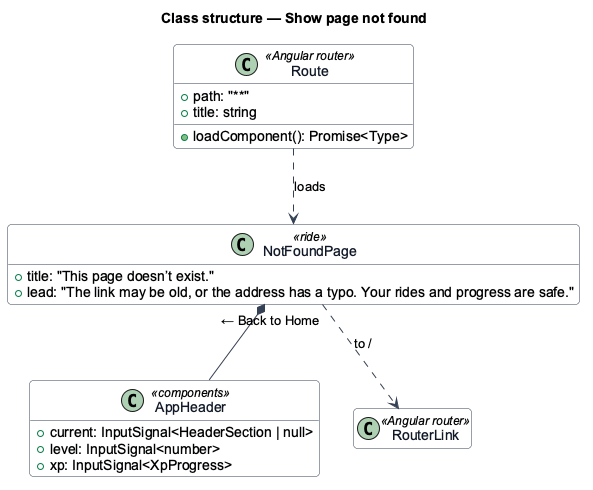
This is docs/detailed-designs/ui/show-page-not-found/diagrams/class-structure.png from QuinntyneBrown/ride-one, a PlantUML export, as it was before one commit.
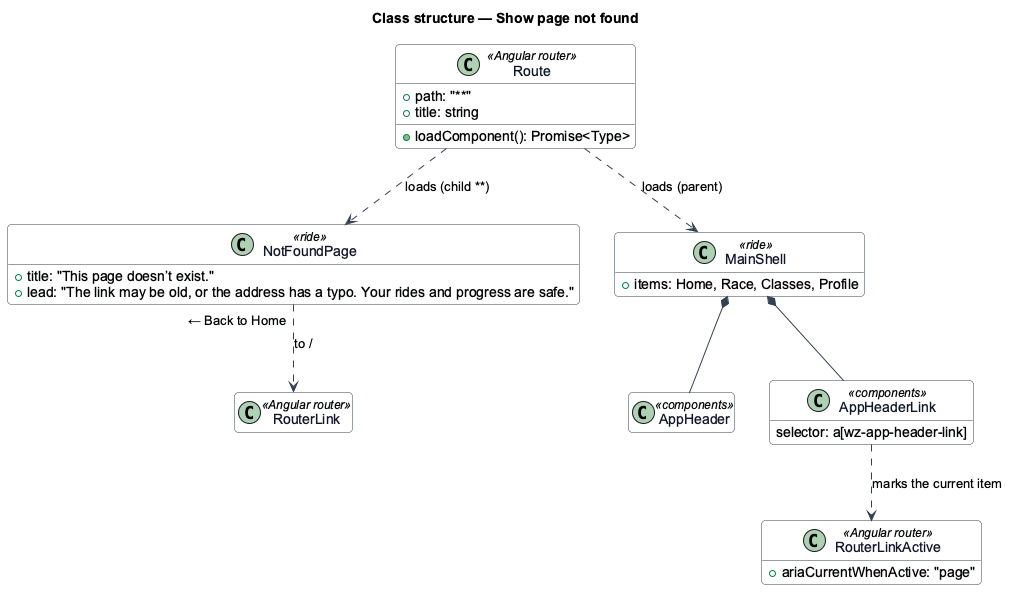
After the change.

Diff of the diagram source:
```diff
@@ -16,10 +16,15 @@
   +title: "This page doesn’t exist."
   +lead: "The link may be old, or the address has a typo. Your rides and progress are safe."
 }
-class AppHeader <<components>> {
-  +current: InputSignal<HeaderSection | null>
-  +level: InputSignal<number>
-  +xp: InputSignal<XpProgress>
+class MainShell <<ride>> {
+  +items: Home, Race, Classes, Profile
+}
+class AppHeader <<components>>
+class AppHeaderLink <<components>> {
+  selector: a[wz-app-header-link]
+}
+class RouterLinkActive <<Angular router>> {
+  +ariaCurrentWhenActive: "page"
 }
 class Route <<Angular router>> {
   +path: "**"
@@ -27,7 +32,10 @@
   +loadComponent(): Promise<Type>
 }
 class RouterLink <<Angular router>>
-Route ..> NotFoundPage : loads
-NotFoundPage *-- AppHeader
+Route ..> MainShell : loads (parent)
+Route ..> NotFoundPage : loads (child **)
+MainShell *-- AppHeader
+MainShell *-- AppHeaderLink
+AppHeaderLink ..> RouterLinkActive : marks the current item
 NotFoundPage ..> RouterLink : "← Back to Home" to /
 @enduml
```
